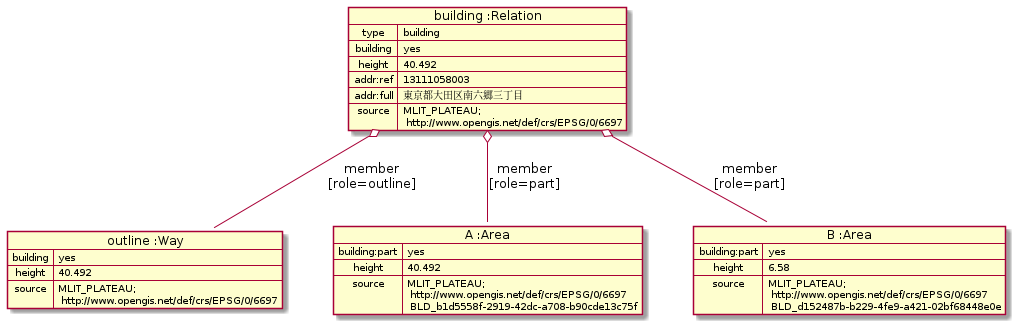
Before: doc/building/sample-c-osm.pu.png, a diagram exported from PlantUML (yuuhayashi/citygml-osm). Its diagram source:
```plantuml
@startuml
map "building :Relation" as building {
 type => building
 building => yes
 height => 40.492
 addr:ref => 13111058003
 addr:full => 東京都大田区南六郷三丁目
 source => MLIT_PLATEAU;\n http://www.opengis.net/def/crs/EPSG/0/6697
}

map "outline :Way" as outline {
 building => yes
 height => 40.492
 source => MLIT_PLATEAU;\n http://www.opengis.net/def/crs/EPSG/0/6697
}
map "A :Area" as A {
 building:part => yes
 height => 40.492
 source => MLIT_PLATEAU;\n http://www.opengis.net/def/crs/EPSG/0/6697\n BLD_b1d5558f-2919-42dc-a708-b90cde13c75f
}
map "B :Area" as B {
 building:part => yes
 height => 6.58
 source => MLIT_PLATEAU;\n http://www.opengis.net/def/crs/EPSG/0/6697\n BLD_d152487b-b229-4fe9-a421-02bf68448e0e
}

building o-- outline : member\n[role=outline]
building o-- A : member\n[role=part]
building o-- B : member\n[role=part]
@enduml
```
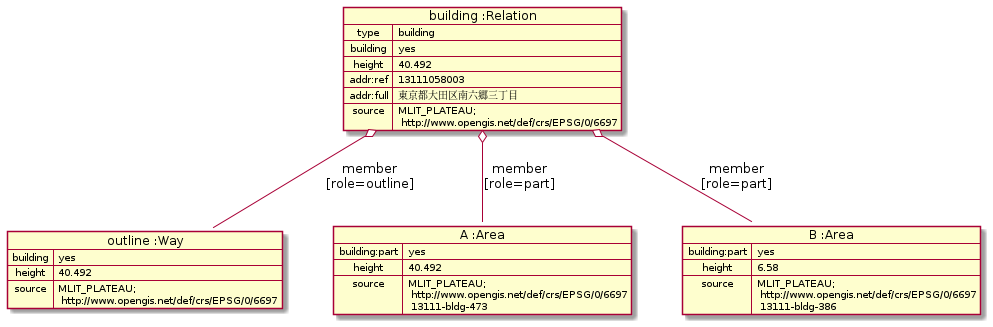
The same file after the commit.

What changed in the source:
```diff
@@ -16,12 +16,12 @@
 map "A :Area" as A {
  building:part => yes
  height => 40.492
- source => MLIT_PLATEAU;\n http://www.opengis.net/def/crs/EPSG/0/6697\n BLD_b1d5558f-2919-42dc-a708-b90cde13c75f
+ source => MLIT_PLATEAU;\n http://www.opengis.net/def/crs/EPSG/0/6697\n 13111-bldg-473
 }
 map "B :Area" as B {
  building:part => yes
  height => 6.58
- source => MLIT_PLATEAU;\n http://www.opengis.net/def/crs/EPSG/0/6697\n BLD_d152487b-b229-4fe9-a421-02bf68448e0e
+ source => MLIT_PLATEAU;\n http://www.opengis.net/def/crs/EPSG/0/6697\n 13111-bldg-386
 }
 
 building o-- outline : member\n[role=outline]
```
